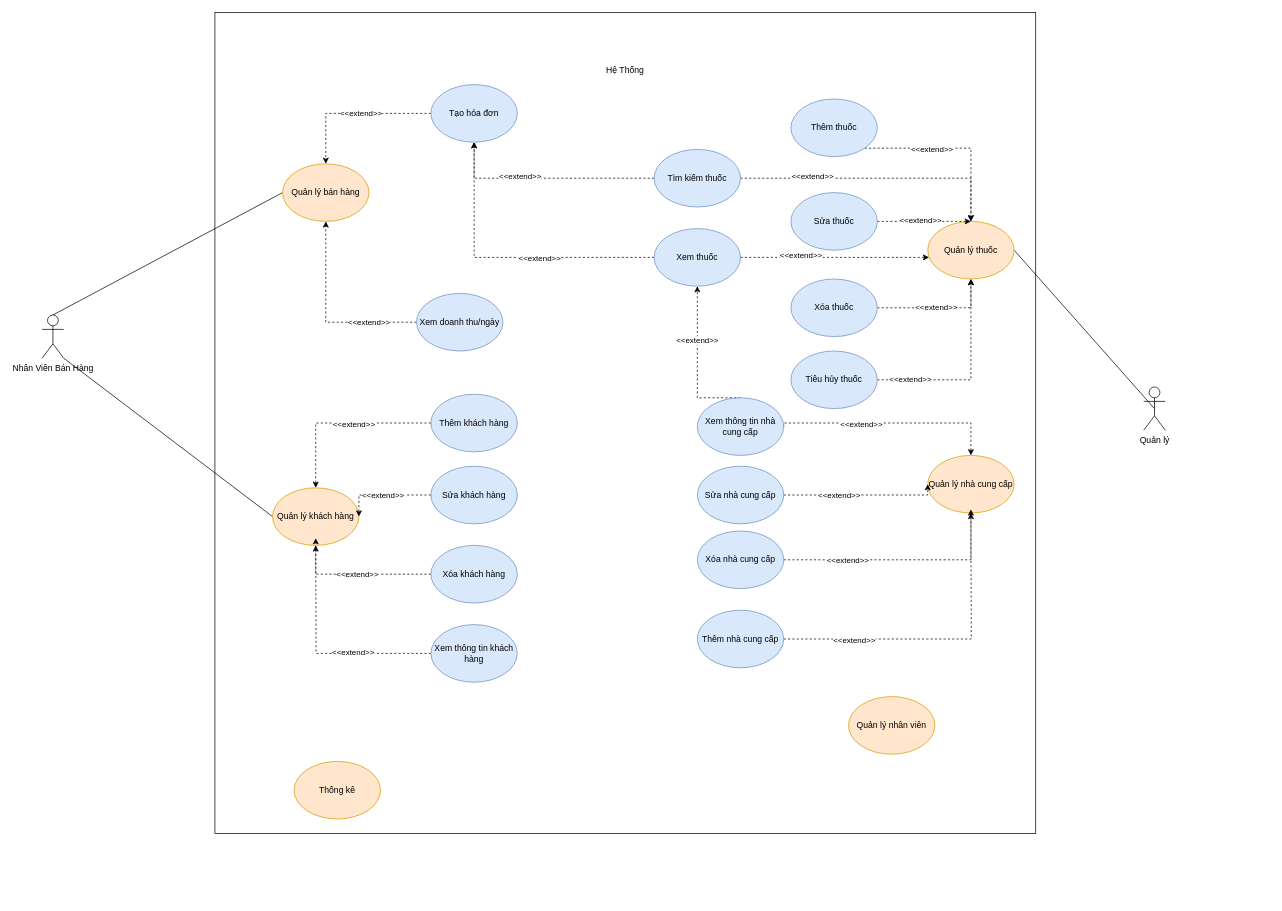
Above: Untitled Diagram.drawio in duchoan6814/Truong-Duc-Hoan (draw.io), before the change. Source tidied: cells renumbered, new cells numbered last; positions are measured from the earlier drawing's top-left corner, leaving out a move shared by most shapes. Both pictures are drawn from the tidied source at 72%, with x=0, y=0 at pixel (42, 12).
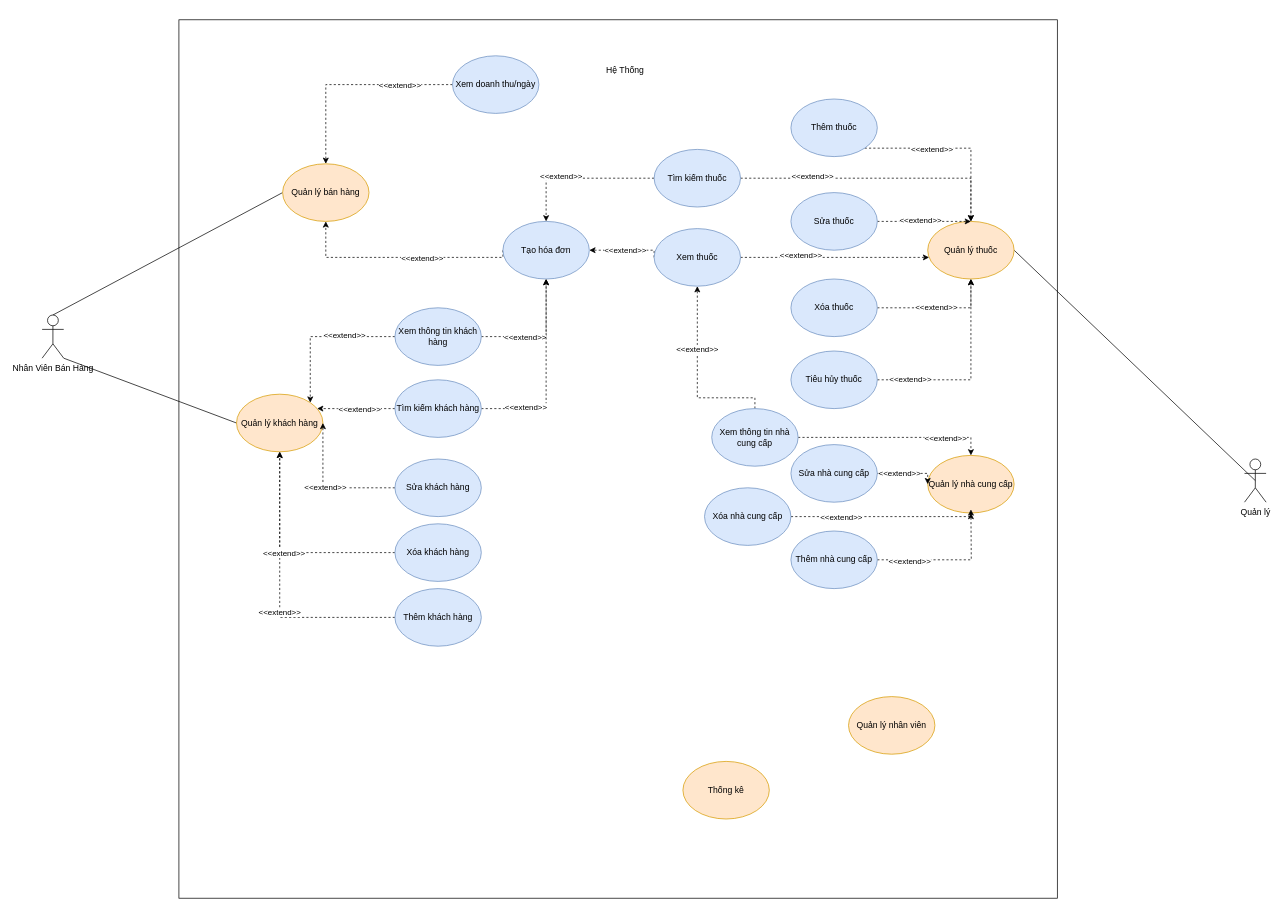
The same page after the edit.

The change refers to these unchanged cells:
```xml
<mxCell id="7" value="Quản lý bán hàng" style="ellipse;whiteSpace=wrap;html=1;fillColor=#ffe6cc;strokeColor=#d79b00;" parent="1" vertex="1">
  <mxGeometry x="334" y="210" width="120" height="80" as="geometry" />
</mxCell>
<mxCell id="12" value="Quản lý nhà cung cấp" style="ellipse;whiteSpace=wrap;html=1;fillColor=#ffe6cc;strokeColor=#d79b00;" parent="1" vertex="1">
  <mxGeometry x="1230" y="615" width="120" height="80" as="geometry" />
</mxCell>
<mxCell id="34" value="Xem thuốc" style="ellipse;whiteSpace=wrap;html=1;fillColor=#dae8fc;strokeColor=#6c8ebf;" parent="1" vertex="1">
  <mxGeometry x="850" y="300" width="120" height="80" as="geometry" />
</mxCell>
<mxCell id="42" value="Tìm kiếm thuốc" style="ellipse;whiteSpace=wrap;html=1;fillColor=#dae8fc;strokeColor=#6c8ebf;" parent="1" vertex="1">
  <mxGeometry x="850" y="190" width="120" height="80" as="geometry" />
</mxCell>
```

The edit, as a diff of the source:
```diff
@@
     <mxCell id="2" style="whiteSpace=wrap;html=1;" parent="1" vertex="1">
-      <mxGeometry x="240" width="1140" height="1140" as="geometry" />
+      <mxGeometry x="190" y="10" width="1220" height="1220" as="geometry" />
     </mxCell>
@@
     <mxCell id="8" value="Quản lý khách hàng" style="ellipse;whiteSpace=wrap;html=1;fillColor=#ffe6cc;strokeColor=#d79b00;" parent="1" vertex="1">
-      <mxGeometry x="320" y="660" width="120" height="80" as="geometry" />
+      <mxGeometry x="270" y="530" width="120" height="80" as="geometry" />
     </mxCell>
@@
     <mxCell id="10" value="Quản lý" style="shape=umlActor;verticalLabelPosition=bottom;verticalAlign=top;html=1;outlineConnect=0;" parent="1" vertex="1">
-      <mxGeometry x="1530" y="520" width="30" height="60" as="geometry" />
+      <mxGeometry x="1670" y="620" width="30" height="60" as="geometry" />
     </mxCell>
@@
     <mxCell id="16" value="Xem doanh thu/ngày" style="ellipse;whiteSpace=wrap;html=1;fillColor=#dae8fc;strokeColor=#6c8ebf;" parent="1" vertex="1">
-      <mxGeometry x="520" y="390" width="120" height="80" as="geometry" />
+      <mxGeometry x="570" y="60" width="120" height="80" as="geometry" />
     </mxCell>
-    <mxCell id="17" style="edgeStyle=orthogonalEdgeStyle;rounded=0;jettySize=auto;html=1;exitX=0;exitY=0.5;exitDx=0;exitDy=0;entryX=0.5;entryY=0;entryDx=0;entryDy=0;dashed=1;endArrow=classic;endFill=1;" parent="1" edge="1" source="19" target="7">
-      <mxGeometry relative="1" as="geometry" />
+    <mxCell id="17" style="edgeStyle=orthogonalEdgeStyle;rounded=0;jettySize=auto;html=1;exitX=0;exitY=0.5;exitDx=0;exitDy=0;entryX=0.5;entryY=1;entryDx=0;entryDy=0;dashed=1;endArrow=classic;endFill=1;" parent="1" edge="1" source="19" target="7">
+      <mxGeometry relative="1" as="geometry">
+        <Array as="points">
+          <mxPoint x="394" y="340" />
+        </Array>
+      </mxGeometry>
     </mxCell>
     <mxCell id="18" value="&amp;lt;&amp;lt;extend&amp;gt;&amp;gt;" style="edgeLabel;html=1;align=center;verticalAlign=middle;" parent="17" vertex="1">
-      <mxGeometry x="-0.09" y="-1" relative="1" as="geometry" />
+      <mxGeometry x="-0.09" y="-1" relative="1" as="geometry">
+        <mxPoint x="16.7" y="1" as="offset" />
+      </mxGeometry>
     </mxCell>
     <mxCell id="19" value="Tạo hóa đơn" style="ellipse;whiteSpace=wrap;html=1;fillColor=#dae8fc;strokeColor=#6c8ebf;" parent="1" vertex="1">
-      <mxGeometry x="540" y="100" width="120" height="80" as="geometry" />
+      <mxGeometry x="640" y="290" width="120" height="80" as="geometry" />
     </mxCell>
     <mxCell id="20" value="Thống kê" style="ellipse;whiteSpace=wrap;html=1;fillColor=#ffe6cc;strokeColor=#d79b00;" parent="1" vertex="1">
-      <mxGeometry x="350" y="1040" width="120" height="80" as="geometry" />
+      <mxGeometry x="890" y="1040" width="120" height="80" as="geometry" />
     </mxCell>
@@
-    <mxCell id="32" style="edgeStyle=orthogonalEdgeStyle;rounded=0;jettySize=auto;html=1;exitX=0;exitY=0.5;exitDx=0;exitDy=0;dashed=1;endArrow=classic;endFill=1;" parent="1" edge="1" source="34">
+    <mxCell id="32" style="edgeStyle=orthogonalEdgeStyle;rounded=0;jettySize=auto;html=1;exitX=0;exitY=0.5;exitDx=0;exitDy=0;dashed=1;endArrow=classic;endFill=1;entryX=1;entryY=0.5;entryDx=0;entryDy=0;" parent="1" edge="1" source="34" target="19">
       <mxGeometry relative="1" as="geometry">
-        <mxPoint x="600" y="180" as="targetPoint" />
         <Array as="points">
-          <mxPoint x="600" y="340" />
+          <mxPoint x="850" y="330" />
         </Array>
       </mxGeometry>
     </mxCell>
     <mxCell id="33" value="&amp;lt;&amp;lt;extend&amp;gt;&amp;gt;" style="edgeLabel;html=1;align=center;verticalAlign=middle;" parent="32" vertex="1">
       <mxGeometry x="0.05" y="-1" relative="1" as="geometry">
-        <mxPoint x="55.9" y="1" as="offset" />
+        <mxPoint x="2.5" y="1" as="offset" />
       </mxGeometry>
     </mxCell>
@@
-    <mxCell id="40" style="edgeStyle=orthogonalEdgeStyle;rounded=0;jettySize=auto;html=1;exitX=0;exitY=0.5;exitDx=0;exitDy=0;dashed=1;endArrow=classic;endFill=1;entryX=0.5;entryY=1;entryDx=0;entryDy=0;" parent="1" edge="1" source="42" target="19">
+    <mxCell id="40" style="edgeStyle=orthogonalEdgeStyle;rounded=0;jettySize=auto;html=1;exitX=0;exitY=0.5;exitDx=0;exitDy=0;dashed=1;endArrow=classic;endFill=1;entryX=0.5;entryY=0;entryDx=0;entryDy=0;" parent="1" edge="1" source="42" target="19">
       <mxGeometry relative="1" as="geometry">
         <Array as="points">
-          <mxPoint x="600" y="230" />
+          <mxPoint x="700" y="230" />
         </Array>
       </mxGeometry>
     </mxCell>
@@
     <mxCell id="45" value="Thêm khách hàng" style="ellipse;whiteSpace=wrap;html=1;fillColor=#dae8fc;strokeColor=#6c8ebf;" parent="1" vertex="1">
-      <mxGeometry x="540" y="530" width="120" height="80" as="geometry" />
+      <mxGeometry x="490" y="800" width="120" height="80" as="geometry" />
     </mxCell>
     <mxCell id="46" style="edgeStyle=orthogonalEdgeStyle;rounded=0;jettySize=auto;html=1;exitX=0;exitY=0.5;exitDx=0;exitDy=0;entryX=1;entryY=0.5;entryDx=0;entryDy=0;dashed=1;endArrow=classic;endFill=1;" parent="1" edge="1" source="48" target="8">
       <mxGeometry relative="1" as="geometry">
         <Array as="points">
-          <mxPoint x="440" y="670" />
+          <mxPoint x="390" y="660" />
         </Array>
       </mxGeometry>
     </mxCell>
@@
     <mxCell id="48" value="Sửa khách hàng" style="ellipse;whiteSpace=wrap;html=1;fillColor=#dae8fc;strokeColor=#6c8ebf;" parent="1" vertex="1">
-      <mxGeometry x="540" y="630" width="120" height="80" as="geometry" />
+      <mxGeometry x="490" y="620" width="120" height="80" as="geometry" />
     </mxCell>
@@
     <mxCell id="51" value="Xóa khách hàng" style="ellipse;whiteSpace=wrap;html=1;fillColor=#dae8fc;strokeColor=#6c8ebf;" parent="1" vertex="1">
-      <mxGeometry x="540" y="740" width="120" height="80" as="geometry" />
+      <mxGeometry x="490" y="710" width="120" height="80" as="geometry" />
     </mxCell>
-    <mxCell id="52" style="edgeStyle=orthogonalEdgeStyle;rounded=0;jettySize=auto;html=1;exitX=0;exitY=0.5;exitDx=0;exitDy=0;dashed=1;endArrow=classic;endFill=1;" parent="1" edge="1" source="54">
-      <mxGeometry relative="1" as="geometry">
-        <mxPoint x="380" y="730" as="targetPoint" />
-      </mxGeometry>
+    <mxCell id="52" style="edgeStyle=orthogonalEdgeStyle;rounded=0;jettySize=auto;html=1;exitX=0;exitY=0.5;exitDx=0;exitDy=0;dashed=1;endArrow=classic;endFill=1;entryX=1;entryY=0;entryDx=0;entryDy=0;" parent="1" edge="1" source="54" target="8">
+      <mxGeometry relative="1" as="geometry" />
     </mxCell>
@@
+    <mxCell id="69" style="edgeStyle=orthogonalEdgeStyle;rounded=0;jettySize=auto;html=1;exitX=1;exitY=0.5;exitDx=0;exitDy=0;dashed=1;endArrow=classic;endFill=1;" parent="1" edge="1" source="54" target="19">
+      <mxGeometry relative="1" as="geometry" />
+    </mxCell>
+    <mxCell id="70" value="&amp;lt;&amp;lt;extend&amp;gt;&amp;gt;" style="edgeLabel;html=1;align=center;verticalAlign=middle;" parent="69" vertex="1">
+      <mxGeometry x="-0.59" y="1" relative="1" as="geometry">
+        <mxPoint x="25" y="1" as="offset" />
+      </mxGeometry>
+    </mxCell>
     <mxCell id="54" value="Xem thông tin khách hàng" style="ellipse;whiteSpace=wrap;html=1;fillColor=#dae8fc;strokeColor=#6c8ebf;" parent="1" vertex="1">
-      <mxGeometry x="540" y="850" width="120" height="80" as="geometry" />
+      <mxGeometry x="490" y="410" width="120" height="80" as="geometry" />
     </mxCell>
@@
     <mxCell id="57" value="Thêm nhà cung cấp" style="ellipse;whiteSpace=wrap;html=1;fillColor=#dae8fc;strokeColor=#6c8ebf;" parent="1" vertex="1">
-      <mxGeometry x="910" y="830" width="120" height="80" as="geometry" />
+      <mxGeometry x="1040" y="720" width="120" height="80" as="geometry" />
     </mxCell>
     <mxCell id="58" style="edgeStyle=orthogonalEdgeStyle;rounded=0;jettySize=auto;html=1;exitX=1;exitY=0.5;exitDx=0;exitDy=0;entryX=0;entryY=0.5;entryDx=0;entryDy=0;dashed=1;endArrow=classic;endFill=1;" parent="1" edge="1" source="60" target="12">
       <mxGeometry relative="1" as="geometry">
         <Array as="points">
-          <mxPoint x="1230" y="670" />
+          <mxPoint x="1230" y="640" />
         </Array>
       </mxGeometry>
     </mxCell>
@@
     <mxCell id="60" value="Sửa nhà cung cấp" style="ellipse;whiteSpace=wrap;html=1;fillColor=#dae8fc;strokeColor=#6c8ebf;" parent="1" vertex="1">
-      <mxGeometry x="910" y="630" width="120" height="80" as="geometry" />
+      <mxGeometry x="1040" y="600" width="120" height="80" as="geometry" />
     </mxCell>
     <mxCell id="61" style="edgeStyle=orthogonalEdgeStyle;rounded=0;jettySize=auto;html=1;exitX=1;exitY=0.5;exitDx=0;exitDy=0;dashed=1;endArrow=classic;endFill=1;" parent="1" edge="1" source="63" target="12">
-      <mxGeometry relative="1" as="geometry" />
+      <mxGeometry relative="1" as="geometry">
+        <Array as="points">
+          <mxPoint x="1290" y="700" />
+        </Array>
+      </mxGeometry>
     </mxCell>
@@
     <mxCell id="63" value="Xóa nhà cung cấp" style="ellipse;whiteSpace=wrap;html=1;fillColor=#dae8fc;strokeColor=#6c8ebf;" parent="1" vertex="1">
-      <mxGeometry x="910" y="720" width="120" height="80" as="geometry" />
+      <mxGeometry x="920" y="660" width="120" height="80" as="geometry" />
     </mxCell>
@@
     <mxCell id="66" style="edgeStyle=orthogonalEdgeStyle;rounded=0;jettySize=auto;html=1;exitX=1;exitY=0.5;exitDx=0;exitDy=0;entryX=0.5;entryY=0;entryDx=0;entryDy=0;dashed=1;endArrow=classic;endFill=1;" parent="1" edge="1" source="68" target="12">
       <mxGeometry relative="1" as="geometry">
         <Array as="points">
-          <mxPoint x="1030" y="570" />
-          <mxPoint x="1290" y="570" />
+          <mxPoint x="1290" y="590" />
         </Array>
       </mxGeometry>
     </mxCell>
     <mxCell id="67" value="&amp;lt;&amp;lt;extend&amp;gt;&amp;gt;" style="edgeLabel;html=1;align=center;verticalAlign=middle;" parent="66" vertex="1">
-      <mxGeometry x="-0.28" y="-1" relative="1" as="geometry" />
+      <mxGeometry x="-0.28" y="-1" relative="1" as="geometry">
+        <mxPoint x="109.4" y="-1" as="offset" />
+      </mxGeometry>
     </mxCell>
     <mxCell id="68" value="Xem thông tin nhà cung cấp" style="ellipse;whiteSpace=wrap;html=1;fillColor=#dae8fc;strokeColor=#6c8ebf;" parent="1" vertex="1">
-      <mxGeometry x="910" y="535" width="120" height="80" as="geometry" />
+      <mxGeometry x="930" y="550" width="120" height="80" as="geometry" />
     </mxCell>
+    <mxCell id="71" style="edgeStyle=orthogonalEdgeStyle;rounded=0;jettySize=auto;html=1;exitX=0;exitY=0.5;exitDx=0;exitDy=0;dashed=1;endArrow=classic;endFill=1;" parent="1" edge="1" source="75" target="8">
+      <mxGeometry relative="1" as="geometry">
+        <Array as="points">
+          <mxPoint x="410" y="550" />
+          <mxPoint x="410" y="550" />
+        </Array>
+      </mxGeometry>
+    </mxCell>
+    <mxCell id="72" value="&amp;lt;&amp;lt;extend&amp;gt;&amp;gt;" style="edgeLabel;html=1;align=center;verticalAlign=middle;" parent="71" vertex="1">
+      <mxGeometry x="0.48" y="-10" relative="1" as="geometry">
+        <mxPoint x="30" y="10" as="offset" />
+      </mxGeometry>
+    </mxCell>
+    <mxCell id="73" style="edgeStyle=orthogonalEdgeStyle;rounded=0;jettySize=auto;html=1;exitX=1;exitY=0.5;exitDx=0;exitDy=0;entryX=0.5;entryY=1;entryDx=0;entryDy=0;dashed=1;endArrow=classic;endFill=1;" parent="1" edge="1" source="75" target="19">
+      <mxGeometry relative="1" as="geometry" />
+    </mxCell>
+    <mxCell id="74" value="&amp;lt;&amp;lt;extend&amp;gt;&amp;gt;" style="edgeLabel;html=1;align=center;verticalAlign=middle;" parent="73" vertex="1">
+      <mxGeometry x="-0.55" y="2" relative="1" as="geometry" />
+    </mxCell>
+    <mxCell id="75" value="Tìm kiếm khách hàng" style="ellipse;whiteSpace=wrap;html=1;fillColor=#dae8fc;strokeColor=#6c8ebf;" parent="1" vertex="1">
+      <mxGeometry x="490" y="510" width="120" height="80" as="geometry" />
+    </mxCell>
```
